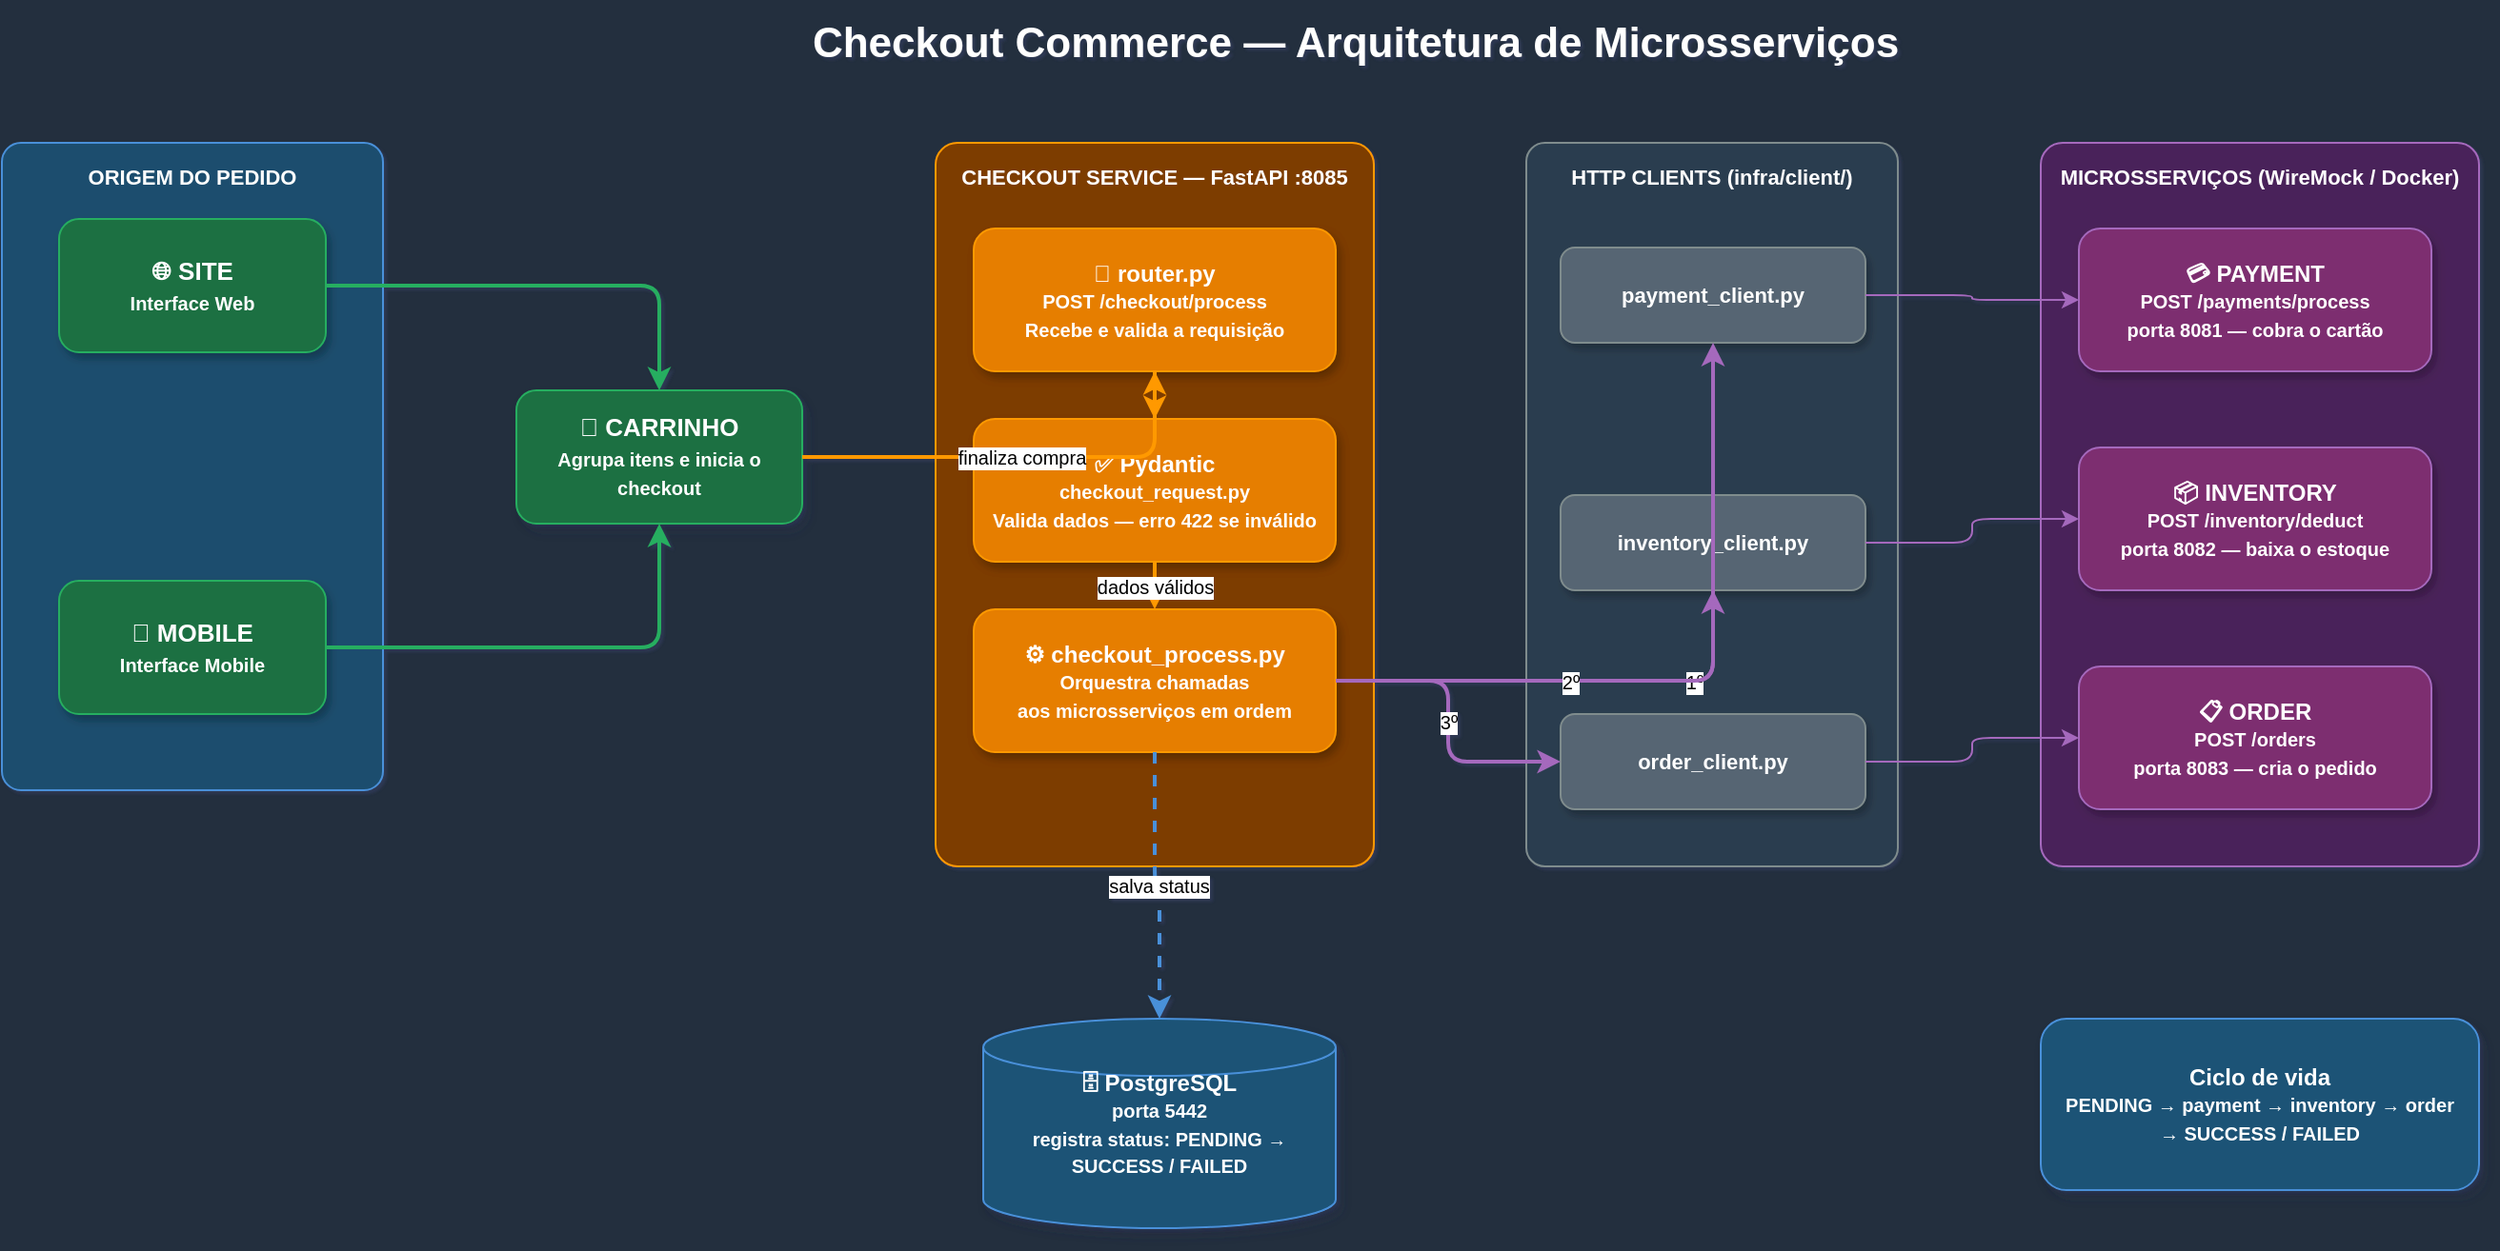
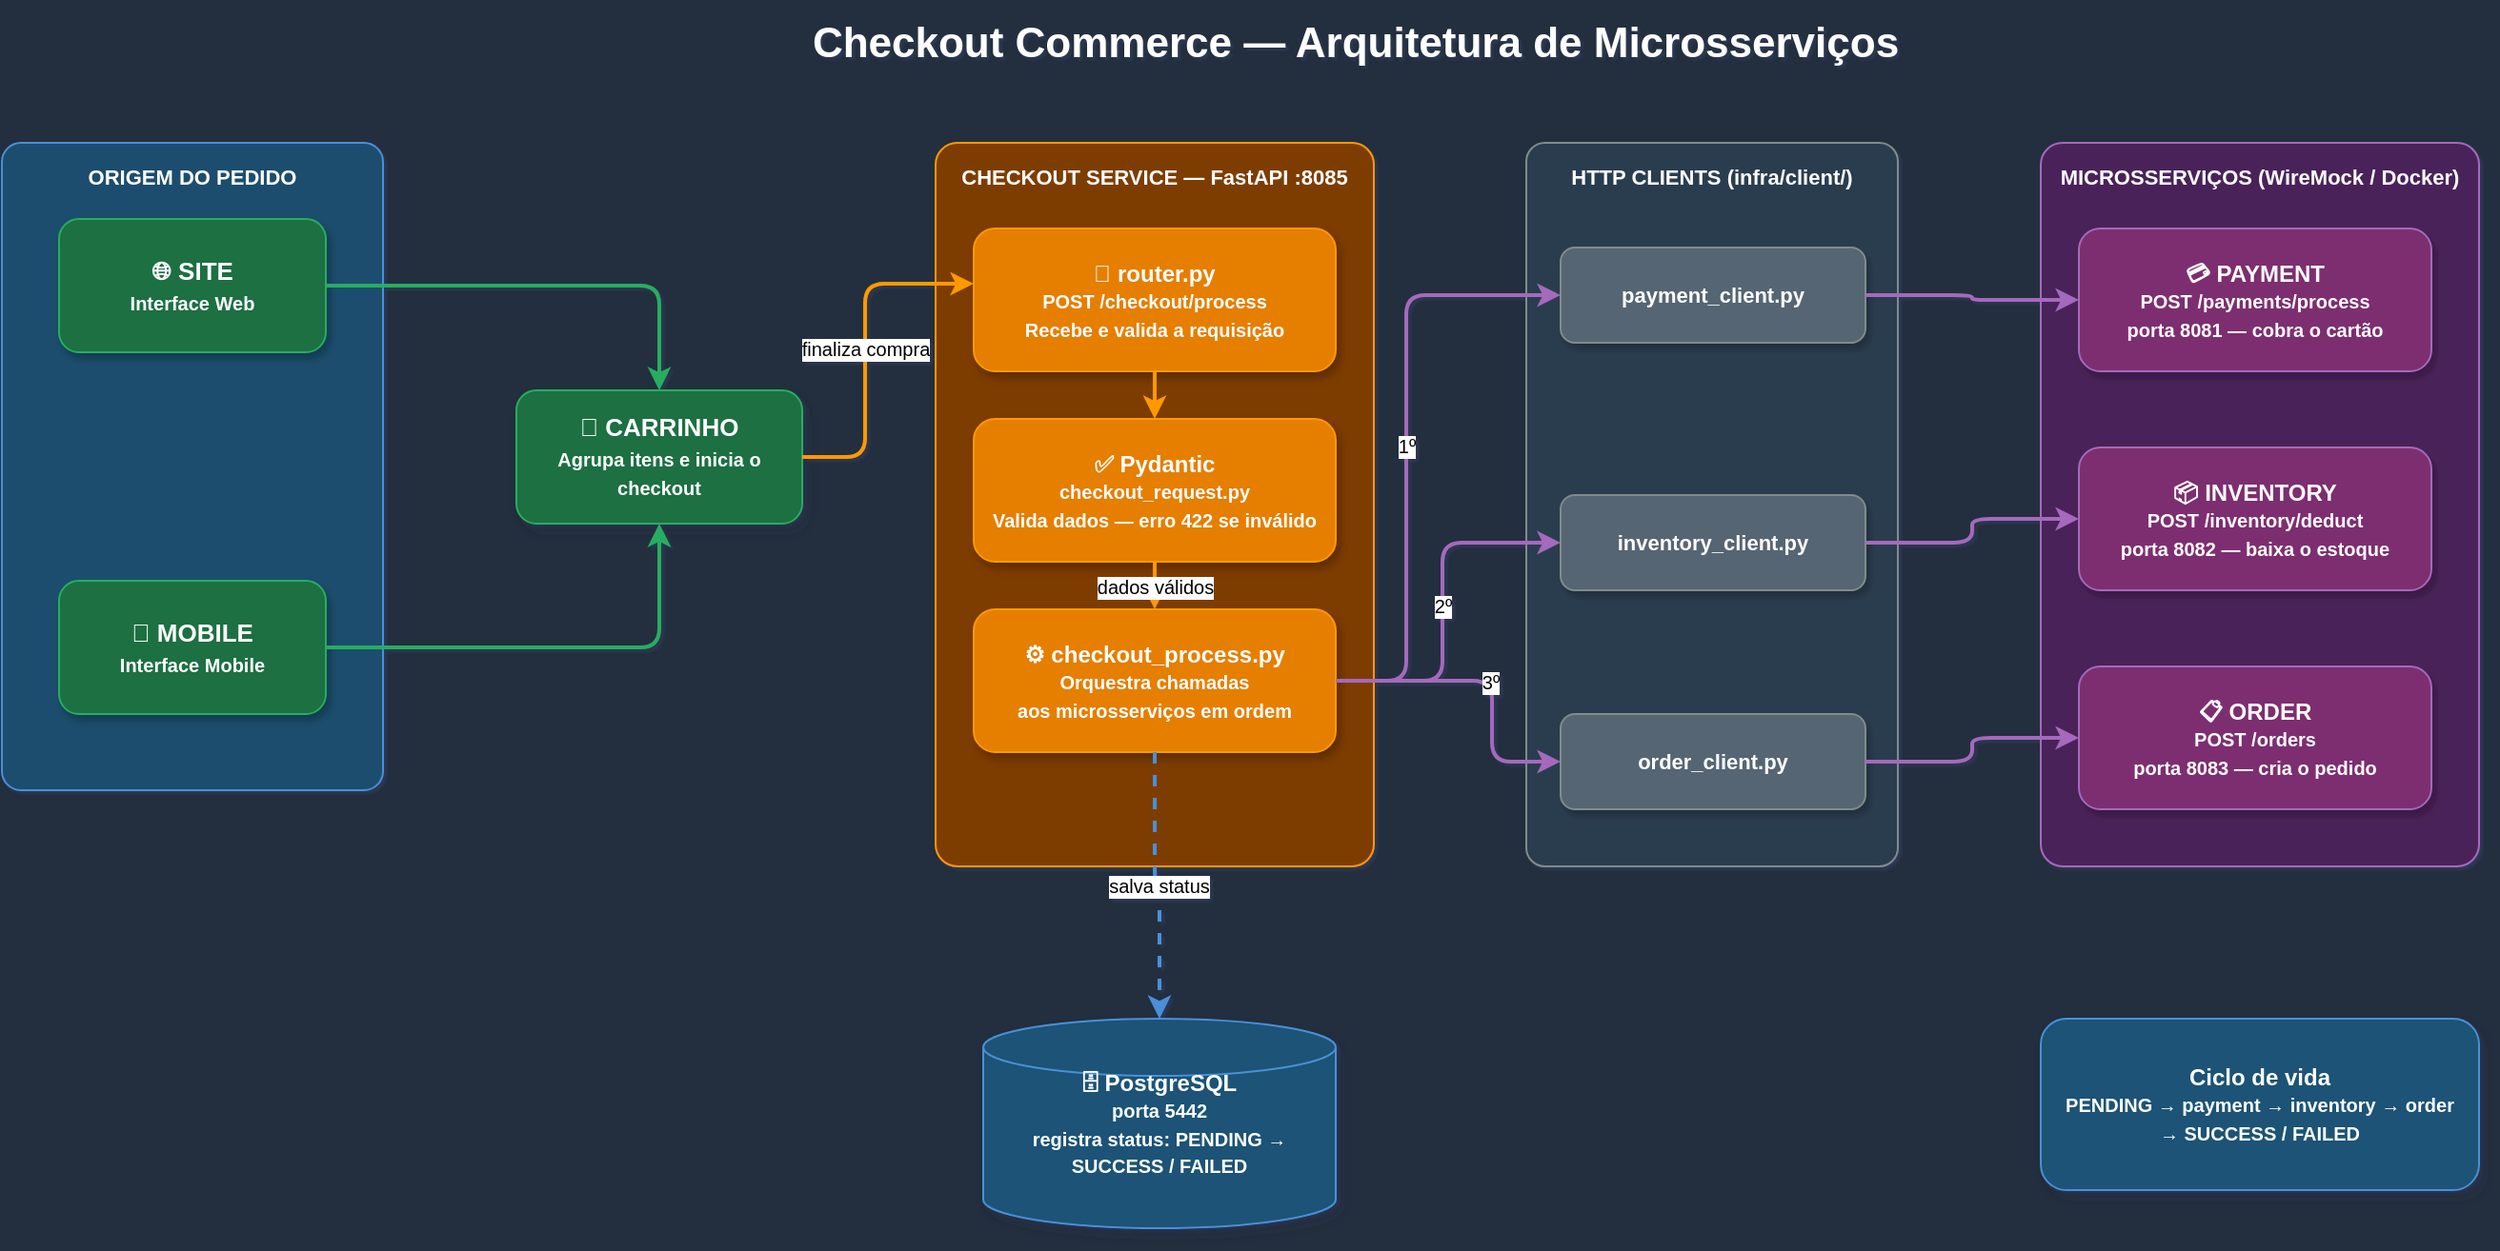
<mxfile host="65bd71144e">
    <diagram name="Checkout Architecture" id="tab0">
-         <mxGraphModel dx="894" dy="641" grid="0" gridSize="10" guides="1" tooltips="1" connect="1" arrows="1" fold="1" page="1" pageScale="1" pageWidth="1650" pageHeight="900" background="#232F3E" math="0" shadow="1">
+         <mxGraphModel dx="1134" dy="641" grid="0" gridSize="10" guides="1" tooltips="1" connect="1" arrows="1" fold="1" page="1" pageScale="1" pageWidth="1650" pageHeight="900" background="#232F3E" math="0" shadow="1">
            <root>
                <mxCell id="0"/>
                <mxCell id="1" parent="0"/>
- 
                <mxCell id="a_title" value="Checkout Commerce — Arquitetura de Microsserviços" style="text;html=1;strokeColor=none;fillColor=none;align=center;verticalAlign=middle;fontSize=22;fontStyle=1;fontColor=#FFFFFF;" parent="1" vertex="1">
                    <mxGeometry x="300" y="25" width="900" height="45" as="geometry"/>
                </mxCell>
- 
-                 <!-- ORIGEM DO PEDIDO -->
                <mxCell id="a_grp_origem" value="ORIGEM DO PEDIDO" style="rounded=1;whiteSpace=wrap;html=1;fillColor=#1C4E6E;strokeColor=#4A90D9;fontColor=#FFFFFF;arcSize=5;verticalAlign=top;spacingTop=5;fontSize=11;fontStyle=1;" parent="1" vertex="1">
                    <mxGeometry x="40" y="100" width="200" height="340" as="geometry"/>
                </mxCell>
                <mxCell id="a_site" value="🌐 SITE&lt;br&gt;&lt;font style=&quot;font-size:10px&quot;&gt;Interface Web&lt;/font&gt;" style="rounded=1;whiteSpace=wrap;html=1;fillColor=#1D6F42;strokeColor=#27AE60;fontColor=#FFFFFF;fontSize=13;fontStyle=1;shadow=1;" parent="1" vertex="1">
                    <mxGeometry x="70" y="140" width="140" height="70" as="geometry"/>
                </mxCell>
                <mxCell id="a_mobile" value="📱 MOBILE&lt;br&gt;&lt;font style=&quot;font-size:10px&quot;&gt;Interface Mobile&lt;/font&gt;" style="rounded=1;whiteSpace=wrap;html=1;fillColor=#1D6F42;strokeColor=#27AE60;fontColor=#FFFFFF;fontSize=13;fontStyle=1;shadow=1;" parent="1" vertex="1">
                    <mxGeometry x="70" y="330" width="140" height="70" as="geometry"/>
                </mxCell>
                <mxCell id="a_cart" value="🛒 CARRINHO&lt;br&gt;&lt;font style=&quot;font-size:10px&quot;&gt;Agrupa itens e inicia o checkout&lt;/font&gt;" style="rounded=1;whiteSpace=wrap;html=1;fillColor=#1D6F42;strokeColor=#27AE60;fontColor=#FFFFFF;fontSize=13;fontStyle=1;shadow=1;" parent="1" vertex="1">
                    <mxGeometry x="310" y="230" width="150" height="70" as="geometry"/>
                </mxCell>
- 
-                 <!-- CHECKOUT SERVICE -->
                <mxCell id="a_grp_checkout" value="CHECKOUT SERVICE — FastAPI :8085" style="rounded=1;whiteSpace=wrap;html=1;fillColor=#7D3C00;strokeColor=#FF9900;fontColor=#FFFFFF;arcSize=5;verticalAlign=top;spacingTop=5;fontSize=11;fontStyle=1;" parent="1" vertex="1">
                    <mxGeometry x="530" y="100" width="230" height="380" as="geometry"/>
                </mxCell>
                <mxCell id="a_router" value="🔀 router.py&lt;br&gt;&lt;font style=&quot;font-size:10px&quot;&gt;POST /checkout/process&lt;br&gt;Recebe e valida a requisição&lt;/font&gt;" style="rounded=1;whiteSpace=wrap;html=1;fillColor=#E67E00;strokeColor=#FF9900;fontColor=#FFFFFF;fontSize=12;fontStyle=1;shadow=1;" parent="1" vertex="1">
                    <mxGeometry x="550" y="145" width="190" height="75" as="geometry"/>
                </mxCell>
                <mxCell id="a_pydantic" value="✅ Pydantic&lt;br&gt;&lt;font style=&quot;font-size:10px&quot;&gt;checkout_request.py&lt;br&gt;Valida dados — erro 422 se inválido&lt;/font&gt;" style="rounded=1;whiteSpace=wrap;html=1;fillColor=#E67E00;strokeColor=#FF9900;fontColor=#FFFFFF;fontSize=12;fontStyle=1;shadow=1;" parent="1" vertex="1">
                    <mxGeometry x="550" y="245" width="190" height="75" as="geometry"/>
                </mxCell>
                <mxCell id="a_process" value="⚙️ checkout_process.py&lt;br&gt;&lt;font style=&quot;font-size:10px&quot;&gt;Orquestra chamadas&lt;br&gt;aos microsserviços em ordem&lt;/font&gt;" style="rounded=1;whiteSpace=wrap;html=1;fillColor=#E67E00;strokeColor=#FF9900;fontColor=#FFFFFF;fontSize=12;fontStyle=1;shadow=1;" parent="1" vertex="1">
                    <mxGeometry x="550" y="345" width="190" height="75" as="geometry"/>
                </mxCell>
- 
-                 <!-- POSTGRESQL -->
                <mxCell id="a_db" value="🗄️ PostgreSQL&lt;br&gt;&lt;font style=&quot;font-size:10px&quot;&gt;porta 5442&lt;br&gt;registra status: PENDING → SUCCESS / FAILED&lt;/font&gt;" style="shape=cylinder3;whiteSpace=wrap;html=1;fillColor=#1A5276;strokeColor=#4A90D9;fontColor=#FFFFFF;fontSize=12;fontStyle=1;shadow=1;" parent="1" vertex="1">
                    <mxGeometry x="555" y="560" width="185" height="110" as="geometry"/>
                </mxCell>
- 
-                 <!-- HTTP CLIENTS -->
                <mxCell id="a_grp_clients" value="HTTP CLIENTS (infra/client/)" style="rounded=1;whiteSpace=wrap;html=1;fillColor=#2C3E50;strokeColor=#7F8C8D;fontColor=#FFFFFF;arcSize=5;verticalAlign=top;spacingTop=5;fontSize=11;fontStyle=1;" parent="1" vertex="1">
                    <mxGeometry x="840" y="100" width="195" height="380" as="geometry"/>
                </mxCell>
                <mxCell id="a_pclient" value="payment_client.py" style="rounded=1;whiteSpace=wrap;html=1;fillColor=#566573;strokeColor=#7F8C8D;fontColor=#FFFFFF;fontSize=11;fontStyle=1;shadow=1;" parent="1" vertex="1">
                    <mxGeometry x="858" y="155" width="160" height="50" as="geometry"/>
                </mxCell>
                <mxCell id="a_iclient" value="inventory_client.py" style="rounded=1;whiteSpace=wrap;html=1;fillColor=#566573;strokeColor=#7F8C8D;fontColor=#FFFFFF;fontSize=11;fontStyle=1;shadow=1;" parent="1" vertex="1">
                    <mxGeometry x="858" y="285" width="160" height="50" as="geometry"/>
                </mxCell>
                <mxCell id="a_oclient" value="order_client.py" style="rounded=1;whiteSpace=wrap;html=1;fillColor=#566573;strokeColor=#7F8C8D;fontColor=#FFFFFF;fontSize=11;fontStyle=1;shadow=1;" parent="1" vertex="1">
                    <mxGeometry x="858" y="400" width="160" height="50" as="geometry"/>
                </mxCell>
- 
-                 <!-- MICROSSERVIÇOS -->
                <mxCell id="a_grp_services" value="MICROSSERVIÇOS (WireMock / Docker)" style="rounded=1;whiteSpace=wrap;html=1;fillColor=#4A235A;strokeColor=#A569BD;fontColor=#FFFFFF;arcSize=5;verticalAlign=top;spacingTop=5;fontSize=11;fontStyle=1;" parent="1" vertex="1">
                    <mxGeometry x="1110" y="100" width="230" height="380" as="geometry"/>
                </mxCell>
                <mxCell id="a_payment" value="💳 PAYMENT&lt;br&gt;&lt;font style=&quot;font-size:10px&quot;&gt;POST /payments/process&lt;br&gt;porta 8081 — cobra o cartão&lt;/font&gt;" style="rounded=1;whiteSpace=wrap;html=1;fillColor=#7D2D6F;strokeColor=#A569BD;fontColor=#FFFFFF;fontSize=12;fontStyle=1;shadow=1;" parent="1" vertex="1">
                    <mxGeometry x="1130" y="145" width="185" height="75" as="geometry"/>
                </mxCell>
                <mxCell id="a_inventory" value="📦 INVENTORY&lt;br&gt;&lt;font style=&quot;font-size:10px&quot;&gt;POST /inventory/deduct&lt;br&gt;porta 8082 — baixa o estoque&lt;/font&gt;" style="rounded=1;whiteSpace=wrap;html=1;fillColor=#7D2D6F;strokeColor=#A569BD;fontColor=#FFFFFF;fontSize=12;fontStyle=1;shadow=1;" parent="1" vertex="1">
                    <mxGeometry x="1130" y="260" width="185" height="75" as="geometry"/>
                </mxCell>
                <mxCell id="a_order" value="📋 ORDER&lt;br&gt;&lt;font style=&quot;font-size:10px&quot;&gt;POST /orders&lt;br&gt;porta 8083 — cria o pedido&lt;/font&gt;" style="rounded=1;whiteSpace=wrap;html=1;fillColor=#7D2D6F;strokeColor=#A569BD;fontColor=#FFFFFF;fontSize=12;fontStyle=1;shadow=1;" parent="1" vertex="1">
                    <mxGeometry x="1130" y="375" width="185" height="75" as="geometry"/>
                </mxCell>
- 
-                 <!-- LIFECYCLE -->
                <mxCell id="a_lifecycle" value="Ciclo de vida&lt;br&gt;&lt;font style=&quot;font-size:10px&quot;&gt;PENDING → payment → inventory → order&lt;br&gt;→ SUCCESS / FAILED&lt;/font&gt;" style="rounded=1;whiteSpace=wrap;html=1;fillColor=#1A5276;strokeColor=#4A90D9;fontColor=#FFFFFF;fontSize=12;fontStyle=1;shadow=1;" parent="1" vertex="1">
                    <mxGeometry x="1110" y="560" width="230" height="90" as="geometry"/>
                </mxCell>
- 
-                 <!-- SETAS -->
                <mxCell id="a_e1" style="edgeStyle=orthogonalEdgeStyle;rounded=1;strokeColor=#27AE60;strokeWidth=2;" parent="1" source="a_site" target="a_cart" edge="1">
                    <mxGeometry relative="1" as="geometry"/>
                </mxCell>
                <mxCell id="a_e2" style="edgeStyle=orthogonalEdgeStyle;rounded=1;strokeColor=#27AE60;strokeWidth=2;" parent="1" source="a_mobile" target="a_cart" edge="1">
                    <mxGeometry relative="1" as="geometry"/>
                </mxCell>
                <mxCell id="a_e3" value="finaliza compra" style="edgeStyle=orthogonalEdgeStyle;rounded=1;strokeColor=#FF9900;strokeWidth=2;fontColor=default;fontSize=10;html=1;" parent="1" source="a_cart" target="a_router" edge="1">
-                     <mxGeometry relative="1" as="geometry"/>
+                     <mxGeometry relative="1" as="geometry">
+                         <Array as="points">
+                             <mxPoint x="493" y="265"/>
+                             <mxPoint x="493" y="174"/>
+                         </Array>
+                     </mxGeometry>
                </mxCell>
                <mxCell id="a_e4" style="edgeStyle=orthogonalEdgeStyle;rounded=1;strokeColor=#FF9900;strokeWidth=2;" parent="1" source="a_router" target="a_pydantic" edge="1">
                    <mxGeometry relative="1" as="geometry"/>
                </mxCell>
                <mxCell id="a_e5" value="dados válidos" style="edgeStyle=orthogonalEdgeStyle;rounded=1;strokeColor=#FF9900;strokeWidth=2;fontColor=default;fontSize=10;html=1;" parent="1" source="a_pydantic" target="a_process" edge="1">
                    <mxGeometry relative="1" as="geometry"/>
                </mxCell>
                <mxCell id="a_e6" value="salva status" style="edgeStyle=orthogonalEdgeStyle;rounded=1;strokeColor=#4A90D9;strokeWidth=2;dashed=1;fontColor=default;fontSize=10;html=1;" parent="1" source="a_process" target="a_db" edge="1">
                    <mxGeometry relative="1" as="geometry"/>
                </mxCell>
                <mxCell id="a_e7" value="1º" style="edgeStyle=orthogonalEdgeStyle;rounded=1;strokeColor=#A569BD;strokeWidth=2;fontColor=default;fontSize=10;html=1;" parent="1" source="a_process" target="a_pclient" edge="1">
-                     <mxGeometry relative="1" as="geometry"/>
+                     <mxGeometry relative="1" as="geometry">
+                         <Array as="points">
+                             <mxPoint x="777" y="383"/>
+                             <mxPoint x="777" y="180"/>
+                         </Array>
+                     </mxGeometry>
                </mxCell>
                <mxCell id="a_e8" value="2º" style="edgeStyle=orthogonalEdgeStyle;rounded=1;strokeColor=#A569BD;strokeWidth=2;fontColor=default;fontSize=10;html=1;" parent="1" source="a_process" target="a_iclient" edge="1">
-                     <mxGeometry relative="1" as="geometry"/>
+                     <mxGeometry relative="1" as="geometry">
+                         <Array as="points">
+                             <mxPoint x="796" y="383"/>
+                             <mxPoint x="796" y="310"/>
+                         </Array>
+                     </mxGeometry>
                </mxCell>
                <mxCell id="a_e9" value="3º" style="edgeStyle=orthogonalEdgeStyle;rounded=1;strokeColor=#A569BD;strokeWidth=2;fontColor=default;fontSize=10;html=1;" parent="1" source="a_process" target="a_oclient" edge="1">
-                     <mxGeometry relative="1" as="geometry"/>
-                 </mxCell>
-                 <mxCell id="a_e10" style="edgeStyle=orthogonalEdgeStyle;rounded=1;strokeColor=#A569BD;strokeWidth=1;" parent="1" source="a_pclient" target="a_payment" edge="1">
-                     <mxGeometry relative="1" as="geometry"/>
-                 </mxCell>
-                 <mxCell id="a_e11" style="edgeStyle=orthogonalEdgeStyle;rounded=1;strokeColor=#A569BD;strokeWidth=1;" parent="1" source="a_iclient" target="a_inventory" edge="1">
-                     <mxGeometry relative="1" as="geometry"/>
-                 </mxCell>
-                 <mxCell id="a_e12" style="edgeStyle=orthogonalEdgeStyle;rounded=1;strokeColor=#A569BD;strokeWidth=1;" parent="1" source="a_oclient" target="a_order" edge="1">
+                     <mxGeometry relative="1" as="geometry">
+                         <Array as="points">
+                             <mxPoint x="822" y="383"/>
+                             <mxPoint x="822" y="425"/>
+                         </Array>
+                     </mxGeometry>
+                 </mxCell>
+                 <mxCell id="a_e10" style="edgeStyle=orthogonalEdgeStyle;rounded=1;strokeColor=#A569BD;strokeWidth=2;" parent="1" source="a_pclient" target="a_payment" edge="1">
+                     <mxGeometry relative="1" as="geometry"/>
+                 </mxCell>
+                 <mxCell id="a_e11" style="edgeStyle=orthogonalEdgeStyle;rounded=1;strokeColor=#A569BD;strokeWidth=2;" parent="1" source="a_iclient" target="a_inventory" edge="1">
+                     <mxGeometry relative="1" as="geometry"/>
+                 </mxCell>
+                 <mxCell id="a_e12" style="edgeStyle=orthogonalEdgeStyle;rounded=1;strokeColor=#A569BD;strokeWidth=2;" parent="1" source="a_oclient" target="a_order" edge="1">
                    <mxGeometry relative="1" as="geometry"/>
                </mxCell>
            </root>
        </mxGraphModel>
    </diagram>
    <diagram name="Diagrama de Sequência" id="tab1">
-         <mxGraphModel dx="894" dy="641" grid="0" gridSize="10" guides="1" tooltips="1" connect="1" arrows="1" fold="1" page="1" pageScale="1" pageWidth="1400" pageHeight="900" background="#232F3E" math="0" shadow="1">
+         <mxGraphModel dx="1134" dy="641" grid="0" gridSize="10" guides="1" tooltips="1" connect="1" arrows="1" fold="1" page="1" pageScale="1" pageWidth="1400" pageHeight="900" background="#232F3E" math="0" shadow="1">
            <root>
                <mxCell id="0"/>
                <mxCell id="1" parent="0"/>
                <mxCell id="seq_title" value="Sequência de Chamadas — Checkout" style="text;html=1;strokeColor=none;fillColor=none;align=center;verticalAlign=middle;fontSize=24;fontStyle=1;fontColor=#FFFFFF;" parent="1" vertex="1">
                    <mxGeometry x="200" y="20" width="900" height="50" as="geometry"/>
                </mxCell>
                <mxCell id="p_cliente" value="👤 Cliente" style="rounded=1;whiteSpace=wrap;html=1;fillColor=#1D6F42;strokeColor=#27AE60;fontColor=#FFFFFF;fontSize=13;fontStyle=1;shadow=1;" parent="1" vertex="1">
                    <mxGeometry x="60" y="90" width="130" height="50" as="geometry"/>
                </mxCell>
                <mxCell id="p_checkout" value="⚙️ Checkout&lt;br&gt;&lt;font style=&quot;font-size:9px&quot;&gt;FastAPI&lt;/font&gt;" style="rounded=1;whiteSpace=wrap;html=1;fillColor=#E67E00;strokeColor=#FF9900;fontColor=#FFFFFF;fontSize=13;fontStyle=1;shadow=1;" parent="1" vertex="1">
                    <mxGeometry x="280" y="90" width="130" height="50" as="geometry"/>
                </mxCell>
                <mxCell id="p_db" value="🗄️ Banco" style="shape=cylinder3;whiteSpace=wrap;html=1;fillColor=#1A5276;strokeColor=#4A90D9;fontColor=#FFFFFF;fontSize=13;fontStyle=1;shadow=1;" parent="1" vertex="1">
                    <mxGeometry x="500" y="85" width="130" height="60" as="geometry"/>
                </mxCell>
-                 <mxCell id="p_payment" value="💳 Payment&lt;br&gt;&lt;font style=&quot;font-size:9px&quot;&gt;porta 8081&lt;/font&gt;" style="rounded=1;whiteSpace=wrap;html=1;fillColor=#7D2D6F;strokeColor=#A569BD;fontColor=#FFFFFF;fontSize=13;fontStyle=1;shadow=1;" parent="1" vertex="1">
+                 <mxCell id="p_payment" value="💳 Payment&lt;br&gt;&lt;font style=&quot;font-size:9px&quot;&gt;porta 8081&lt;/font&gt;" style="rounded=1;whiteSpace=wrap;html=1;fillColor=#7D2D6F;strokeColor=#A569BD;fontColor=#FFFFFF;fontSize=13;fontStyle=1;shadow=1;align=center;" parent="1" vertex="1">
                    <mxGeometry x="720" y="90" width="130" height="50" as="geometry"/>
                </mxCell>
                <mxCell id="p_inventory" value="📦 Inventory&lt;br&gt;&lt;font style=&quot;font-size:9px&quot;&gt;porta 8082&lt;/font&gt;" style="rounded=1;whiteSpace=wrap;html=1;fillColor=#7D2D6F;strokeColor=#A569BD;fontColor=#FFFFFF;fontSize=13;fontStyle=1;shadow=1;" parent="1" vertex="1">
                    <mxGeometry x="940" y="90" width="130" height="50" as="geometry"/>
                </mxCell>
                <mxCell id="p_order" value="📋 Order&lt;br&gt;&lt;font style=&quot;font-size:9px&quot;&gt;porta 8083&lt;/font&gt;" style="rounded=1;whiteSpace=wrap;html=1;fillColor=#7D2D6F;strokeColor=#A569BD;fontColor=#FFFFFF;fontSize=13;fontStyle=1;shadow=1;" parent="1" vertex="1">
                    <mxGeometry x="1160" y="90" width="130" height="50" as="geometry"/>
                </mxCell>
                <mxCell id="ll_cliente" style="strokeColor=#555555;strokeWidth=1;dashed=1;endArrow=none;" parent="1" edge="1">
                    <mxGeometry relative="1" as="geometry">
                        <mxPoint x="125" y="140" as="sourcePoint"/>
                        <mxPoint x="125" y="840" as="targetPoint"/>
                    </mxGeometry>
                </mxCell>
                <mxCell id="ll_checkout" style="strokeColor=#555555;strokeWidth=1;dashed=1;endArrow=none;" parent="1" edge="1">
                    <mxGeometry relative="1" as="geometry">
                        <mxPoint x="345" y="140" as="sourcePoint"/>
                        <mxPoint x="345" y="840" as="targetPoint"/>
                    </mxGeometry>
                </mxCell>
                <mxCell id="ll_db" style="strokeColor=#555555;strokeWidth=1;dashed=1;endArrow=none;" parent="1" edge="1">
                    <mxGeometry relative="1" as="geometry">
                        <mxPoint x="565" y="145" as="sourcePoint"/>
                        <mxPoint x="565" y="840" as="targetPoint"/>
                    </mxGeometry>
                </mxCell>
                <mxCell id="ll_payment" style="strokeColor=#555555;strokeWidth=1;dashed=1;endArrow=none;" parent="1" edge="1">
                    <mxGeometry relative="1" as="geometry">
                        <mxPoint x="785" y="140" as="sourcePoint"/>
                        <mxPoint x="785" y="840" as="targetPoint"/>
                    </mxGeometry>
                </mxCell>
                <mxCell id="ll_inventory" style="strokeColor=#555555;strokeWidth=1;dashed=1;endArrow=none;" parent="1" edge="1">
                    <mxGeometry relative="1" as="geometry">
                        <mxPoint x="1005" y="140" as="sourcePoint"/>
                        <mxPoint x="1005" y="840" as="targetPoint"/>
                    </mxGeometry>
                </mxCell>
                <mxCell id="ll_order" style="strokeColor=#555555;strokeWidth=1;dashed=1;endArrow=none;" parent="1" edge="1">
                    <mxGeometry relative="1" as="geometry">
                        <mxPoint x="1225" y="140" as="sourcePoint"/>
                        <mxPoint x="1225" y="840" as="targetPoint"/>
                    </mxGeometry>
                </mxCell>
                <mxCell id="s1" value="1. POST /checkout/process" style="html=1;strokeColor=#27AE60;strokeWidth=2;endArrow=block;endFill=1;fontColor=default;fontSize=10;" parent="1" edge="1">
                    <mxGeometry relative="1" as="geometry">
                        <mxPoint x="125" y="200" as="sourcePoint"/>
                        <mxPoint x="345" y="200" as="targetPoint"/>
                    </mxGeometry>
                </mxCell>
                <mxCell id="s2" value="2. salva PENDING" style="html=1;strokeColor=#4A90D9;strokeWidth=2;endArrow=block;endFill=1;dashed=1;fontColor=default;fontSize=10;" parent="1" edge="1">
                    <mxGeometry relative="1" as="geometry">
                        <mxPoint x="345" y="250" as="sourcePoint"/>
                        <mxPoint x="565" y="250" as="targetPoint"/>
                    </mxGeometry>
                </mxCell>
                <mxCell id="s3" value="3. POST /payments/process" style="html=1;strokeColor=#A569BD;strokeWidth=2;endArrow=block;endFill=1;fontColor=default;fontSize=10;" parent="1" edge="1">
                    <mxGeometry relative="1" as="geometry">
                        <mxPoint x="345" y="300" as="sourcePoint"/>
                        <mxPoint x="785" y="300" as="targetPoint"/>
                    </mxGeometry>
                </mxCell>
                <mxCell id="s3b" value="salva PROCESSING_PAYMENT" style="html=1;strokeColor=#4A90D9;strokeWidth=1;endArrow=block;endFill=1;dashed=1;fontColor=default;fontSize=10;" parent="1" edge="1">
                    <mxGeometry relative="1" as="geometry">
                        <mxPoint x="345" y="330" as="sourcePoint"/>
                        <mxPoint x="565" y="330" as="targetPoint"/>
                    </mxGeometry>
                </mxCell>
                <mxCell id="s3c" value="{status: success}" style="html=1;strokeColor=#A569BD;strokeWidth=1;endArrow=open;dashed=1;fontColor=default;fontSize=10;" parent="1" edge="1">
                    <mxGeometry relative="1" as="geometry">
                        <mxPoint x="785" y="360" as="sourcePoint"/>
                        <mxPoint x="345" y="360" as="targetPoint"/>
                    </mxGeometry>
                </mxCell>
                <mxCell id="s4" value="4. POST /inventory/deduct" style="html=1;strokeColor=#A569BD;strokeWidth=2;endArrow=block;endFill=1;fontColor=default;fontSize=10;" parent="1" edge="1">
                    <mxGeometry relative="1" as="geometry">
                        <mxPoint x="345" y="420" as="sourcePoint"/>
                        <mxPoint x="1005" y="420" as="targetPoint"/>
                    </mxGeometry>
                </mxCell>
                <mxCell id="s4b" value="salva PROCESSING_INVENTORY" style="html=1;strokeColor=#4A90D9;strokeWidth=1;endArrow=block;endFill=1;dashed=1;fontColor=default;fontSize=10;" parent="1" edge="1">
                    <mxGeometry relative="1" as="geometry">
                        <mxPoint x="345" y="450" as="sourcePoint"/>
                        <mxPoint x="565" y="450" as="targetPoint"/>
                    </mxGeometry>
                </mxCell>
                <mxCell id="s4c" value="{success: true}" style="html=1;strokeColor=#A569BD;strokeWidth=1;endArrow=open;dashed=1;fontColor=default;fontSize=10;" parent="1" edge="1">
                    <mxGeometry relative="1" as="geometry">
                        <mxPoint x="1005" y="480" as="sourcePoint"/>
                        <mxPoint x="345" y="480" as="targetPoint"/>
                    </mxGeometry>
                </mxCell>
                <mxCell id="s5" value="5. POST /orders" style="html=1;strokeColor=#A569BD;strokeWidth=2;endArrow=block;endFill=1;fontColor=default;fontSize=10;" parent="1" edge="1">
                    <mxGeometry relative="1" as="geometry">
                        <mxPoint x="345" y="540" as="sourcePoint"/>
                        <mxPoint x="1225" y="540" as="targetPoint"/>
                    </mxGeometry>
                </mxCell>
                <mxCell id="s5b" value="salva CREATING_ORDER" style="html=1;strokeColor=#4A90D9;strokeWidth=1;endArrow=block;endFill=1;dashed=1;fontColor=default;fontSize=10;" parent="1" edge="1">
                    <mxGeometry relative="1" as="geometry">
                        <mxPoint x="345" y="570" as="sourcePoint"/>
                        <mxPoint x="565" y="570" as="targetPoint"/>
                    </mxGeometry>
                </mxCell>
                <mxCell id="s5c" value="{orderId: order_xxx}" style="html=1;strokeColor=#A569BD;strokeWidth=1;endArrow=open;dashed=1;fontColor=default;fontSize=10;" parent="1" edge="1">
                    <mxGeometry relative="1" as="geometry">
                        <mxPoint x="1225" y="600" as="sourcePoint"/>
                        <mxPoint x="345" y="600" as="targetPoint"/>
                    </mxGeometry>
                </mxCell>
                <mxCell id="s6" value="6. salva SUCCESS" style="html=1;strokeColor=#27AE60;strokeWidth=2;endArrow=block;endFill=1;dashed=1;fontColor=default;fontSize=10;" parent="1" edge="1">
                    <mxGeometry relative="1" as="geometry">
                        <mxPoint x="345" y="650" as="sourcePoint"/>
                        <mxPoint x="565" y="650" as="targetPoint"/>
                    </mxGeometry>
                </mxCell>
                <mxCell id="s7" value="7. {message: Checkout processed successfully}" style="html=1;strokeColor=#27AE60;strokeWidth=2;endArrow=open;dashed=1;fontColor=default;fontSize=10;" parent="1" edge="1">
                    <mxGeometry relative="1" as="geometry">
                        <mxPoint x="345" y="700" as="sourcePoint"/>
                        <mxPoint x="125" y="700" as="targetPoint"/>
                    </mxGeometry>
                </mxCell>
                <mxCell id="fail_label" value="CAMINHO DE FALHA (qualquer etapa)" style="text;html=1;strokeColor=none;fillColor=none;align=left;verticalAlign=middle;fontSize=11;fontStyle=1;fontColor=#E74C3C;" parent="1" vertex="1">
                    <mxGeometry x="60" y="755" width="340" height="30" as="geometry"/>
                </mxCell>
                <mxCell id="s_fail1" value="serviço indisponível / timeout / 4xx-5xx" style="html=1;strokeColor=#E74C3C;strokeWidth=1;endArrow=block;endFill=1;dashed=1;fontColor=default;fontSize=10;" parent="1" edge="1">
                    <mxGeometry relative="1" as="geometry">
                        <mxPoint x="785" y="790" as="sourcePoint"/>
                        <mxPoint x="345" y="790" as="targetPoint"/>
                    </mxGeometry>
                </mxCell>
                <mxCell id="s_fail2" value="salva FAILED + motivo" style="html=1;strokeColor=#E74C3C;strokeWidth=1;endArrow=block;endFill=1;dashed=1;fontColor=default;fontSize=10;" parent="1" edge="1">
                    <mxGeometry relative="1" as="geometry">
                        <mxPoint x="345" y="815" as="sourcePoint"/>
                        <mxPoint x="565" y="815" as="targetPoint"/>
                    </mxGeometry>
                </mxCell>
                <mxCell id="s_fail3" value="HTTP 422 {checkout_id, error, message}" style="html=1;strokeColor=#E74C3C;strokeWidth=2;endArrow=open;dashed=1;fontColor=default;fontSize=10;" parent="1" edge="1">
                    <mxGeometry relative="1" as="geometry">
                        <mxPoint x="345" y="840" as="sourcePoint"/>
                        <mxPoint x="125" y="840" as="targetPoint"/>
                    </mxGeometry>
                </mxCell>
            </root>
        </mxGraphModel>
    </diagram>
- </mxfile>
+ </mxfile>